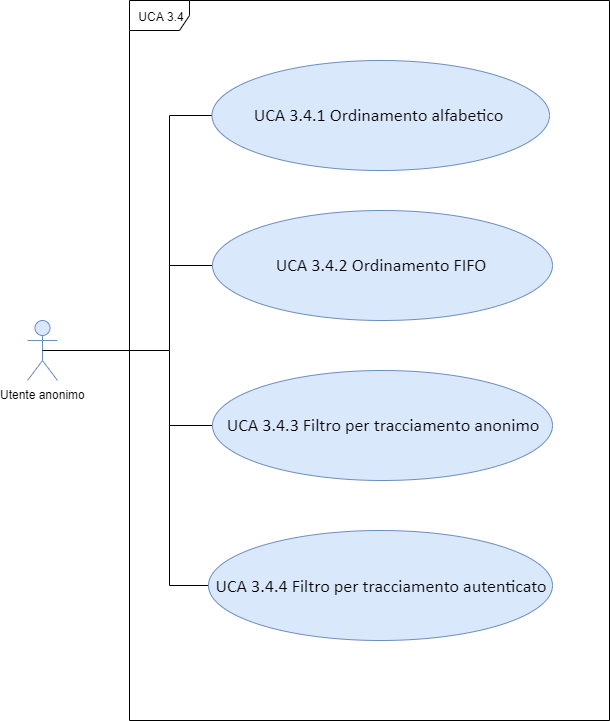
qb-team/Stalker-Documentazione keeps this draw.io diagram as DocumentazioneEsterna/AnalisiRequisiti/sezioni/UseCase/Immagini/UCA3.4.png. Above is the earlier version. Source tidied: cells renumbered, new cells last; positions are measured from the earlier drawing's top-left corner, leaving out a move shared by most shapes.
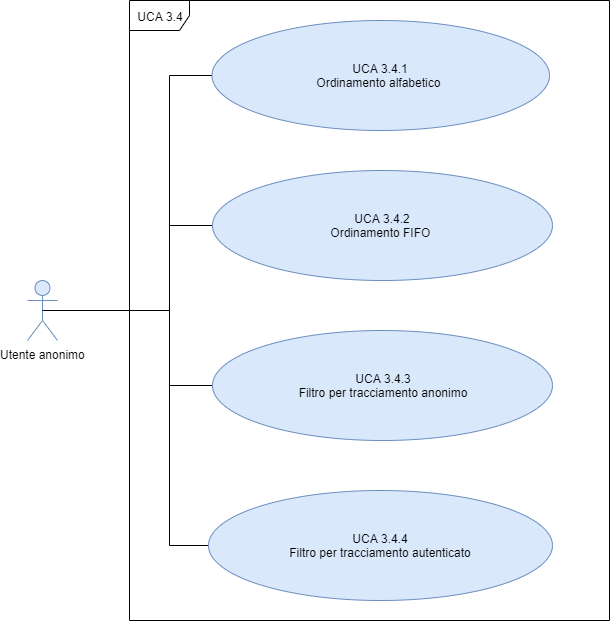
After the change.

What changed in the source:
```diff
@@ -2,13 +2,13 @@
   <root>
     <mxCell id="0" />
     <mxCell id="1" parent="0" />
-    <mxCell id="2" value="UCA 3.4" style="shape=umlFrame;whiteSpace=wrap;html=1;" parent="1" vertex="1">
-      <mxGeometry x="102" width="480" height="720" as="geometry" />
+    <mxCell id="2" value="UCA 3.4" style="shape=umlFrame;whiteSpace=wrap;html=1;fontFamily=Helvetica;fontSize=12;" parent="1" vertex="1">
+      <mxGeometry x="102" y="40" width="480" height="620" as="geometry" />
     </mxCell>
-    <mxCell id="3" value="Utente anonimo" style="shape=umlActor;verticalLabelPosition=bottom;labelBackgroundColor=#ffffff;verticalAlign=top;html=1;outlineConnect=0;fillColor=#dae8fc;strokeColor=#6c8ebf;" parent="1" vertex="1">
+    <mxCell id="3" value="Utente anonimo" style="shape=umlActor;verticalLabelPosition=bottom;labelBackgroundColor=#ffffff;verticalAlign=top;html=1;outlineConnect=0;fillColor=#dae8fc;strokeColor=#6c8ebf;fontFamily=Helvetica;fontSize=12;" parent="1" vertex="1">
       <mxGeometry y="320" width="30" height="60" as="geometry" />
     </mxCell>
-    <mxCell id="4" style="edgeStyle=orthogonalEdgeStyle;rounded=0;jettySize=auto;html=1;exitX=0;exitY=0.5;exitDx=0;exitDy=0;entryX=0.5;entryY=0.5;entryDx=0;entryDy=0;entryPerimeter=0;endArrow=none;endFill=0;" parent="1" edge="1" source="5" target="3">
+    <mxCell id="4" style="edgeStyle=orthogonalEdgeStyle;rounded=0;jettySize=auto;html=1;exitX=0;exitY=0.5;exitDx=0;exitDy=0;entryX=0.5;entryY=0.5;entryDx=0;entryDy=0;entryPerimeter=0;endArrow=none;endFill=0;fontFamily=Helvetica;fontSize=12;" parent="1" edge="1" source="5" target="3">
       <mxGeometry relative="1" as="geometry">
         <Array as="points">
           <mxPoint x="142" y="115" />
@@ -16,31 +16,31 @@
         </Array>
       </mxGeometry>
     </mxCell>
-    <mxCell id="5" value="&lt;span style=&quot;font-family: &amp;#34;calibri&amp;#34; , sans-serif ; font-size: 18px ; white-space: normal&quot;&gt;UCA 3.4.1 Ordinamento alfabetico&amp;nbsp;&lt;/span&gt;" style="ellipse;whiteSpace=wrap;html=1;fillColor=#dae8fc;strokeColor=#6c8ebf;" parent="1" vertex="1">
+    <mxCell id="5" value="&lt;span style=&quot;font-size: 12px ; white-space: normal&quot;&gt;UCA 3.4.1&lt;br&gt;Ordinamento alfabetico&amp;nbsp;&lt;/span&gt;" style="ellipse;whiteSpace=wrap;html=1;fillColor=#dae8fc;strokeColor=#6c8ebf;fontFamily=Helvetica;fontSize=12;" parent="1" vertex="1">
       <mxGeometry x="184.5" y="60" width="337.5" height="110" as="geometry" />
     </mxCell>
-    <mxCell id="6" style="edgeStyle=orthogonalEdgeStyle;rounded=0;jettySize=auto;html=1;exitX=0;exitY=0.5;exitDx=0;exitDy=0;endArrow=none;endFill=0;" parent="1" edge="1" source="7">
+    <mxCell id="6" style="edgeStyle=orthogonalEdgeStyle;rounded=0;jettySize=auto;html=1;exitX=0;exitY=0.5;exitDx=0;exitDy=0;endArrow=none;endFill=0;fontFamily=Helvetica;fontSize=12;" parent="1" edge="1" source="7">
       <mxGeometry relative="1" as="geometry">
         <mxPoint x="142" y="265" as="targetPoint" />
       </mxGeometry>
     </mxCell>
-    <mxCell id="7" value="&lt;span style=&quot;line-height: 107% ; font-family: &amp;#34;calibri&amp;#34; , sans-serif&quot;&gt;&lt;font style=&quot;font-size: 18px&quot;&gt;UCA 3.4.2 Ordinamento FIFO&amp;nbsp;&lt;/font&gt;&lt;/span&gt;" style="ellipse;whiteSpace=wrap;html=1;fillColor=#dae8fc;strokeColor=#6c8ebf;" parent="1" vertex="1">
+    <mxCell id="7" value="&lt;span style=&quot;line-height: 107% ; font-size: 12px&quot;&gt;&lt;font style=&quot;font-size: 12px&quot;&gt;UCA 3.4.2&lt;br&gt;Ordinamento FIFO&amp;nbsp;&lt;/font&gt;&lt;/span&gt;" style="ellipse;whiteSpace=wrap;html=1;fillColor=#dae8fc;strokeColor=#6c8ebf;fontFamily=Helvetica;fontSize=12;" parent="1" vertex="1">
       <mxGeometry x="185" y="210" width="340" height="110" as="geometry" />
     </mxCell>
-    <mxCell id="8" style="edgeStyle=orthogonalEdgeStyle;rounded=0;jettySize=auto;html=1;exitX=0;exitY=0.5;exitDx=0;exitDy=0;endArrow=none;endFill=0;" parent="1" edge="1" source="9">
+    <mxCell id="8" style="edgeStyle=orthogonalEdgeStyle;rounded=0;jettySize=auto;html=1;exitX=0;exitY=0.5;exitDx=0;exitDy=0;endArrow=none;endFill=0;fontFamily=Helvetica;fontSize=12;" parent="1" edge="1" source="9">
       <mxGeometry relative="1" as="geometry">
         <mxPoint x="142" y="420" as="targetPoint" />
       </mxGeometry>
     </mxCell>
-    <mxCell id="9" value="&lt;span style=&quot;line-height: 107% ; font-family: &amp;#34;calibri&amp;#34; , sans-serif&quot;&gt;&lt;font style=&quot;font-size: 18px&quot;&gt;UCA 3.4.4&amp;nbsp;&lt;span style=&quot;line-height: 107% ; font-family: &amp;#34;calibri&amp;#34; , sans-serif&quot;&gt;Filtro per tracciamento autenticato&lt;/span&gt;&lt;/font&gt;&lt;br&gt;&lt;/span&gt;" style="ellipse;whiteSpace=wrap;html=1;fillColor=#dae8fc;strokeColor=#6c8ebf;" parent="1" vertex="1">
+    <mxCell id="9" value="&lt;span style=&quot;line-height: 107% ; font-size: 12px&quot;&gt;&lt;font style=&quot;font-size: 12px&quot;&gt;UCA 3.4.4&lt;br&gt;&lt;span style=&quot;line-height: 107% ; font-size: 12px&quot;&gt;Filtro per tracciamento autenticato&lt;/span&gt;&lt;/font&gt;&lt;br style=&quot;font-size: 12px&quot;&gt;&lt;/span&gt;" style="ellipse;whiteSpace=wrap;html=1;fillColor=#dae8fc;strokeColor=#6c8ebf;fontFamily=Helvetica;fontSize=12;" parent="1" vertex="1">
       <mxGeometry x="181" y="530" width="344" height="110" as="geometry" />
     </mxCell>
-    <mxCell id="10" style="edgeStyle=orthogonalEdgeStyle;rounded=0;jettySize=auto;html=1;exitX=0;exitY=0.5;exitDx=0;exitDy=0;endArrow=none;endFill=0;" parent="1" edge="1" source="11">
+    <mxCell id="10" style="edgeStyle=orthogonalEdgeStyle;rounded=0;jettySize=auto;html=1;exitX=0;exitY=0.5;exitDx=0;exitDy=0;endArrow=none;endFill=0;fontFamily=Helvetica;fontSize=12;" parent="1" edge="1" source="11">
       <mxGeometry relative="1" as="geometry">
         <mxPoint x="142" y="350" as="targetPoint" />
       </mxGeometry>
     </mxCell>
-    <mxCell id="11" value="&lt;span style=&quot;line-height: 107% ; font-family: &amp;#34;calibri&amp;#34; , sans-serif&quot;&gt;&lt;font style=&quot;font-size: 18px&quot;&gt;UCA 3.4.3 Filtro per tracciamento anonimo&lt;/font&gt;&lt;/span&gt;" style="ellipse;whiteSpace=wrap;html=1;fillColor=#dae8fc;strokeColor=#6c8ebf;" parent="1" vertex="1">
+    <mxCell id="11" value="&lt;span style=&quot;line-height: 107% ; font-size: 12px&quot;&gt;&lt;font style=&quot;font-size: 12px&quot;&gt;UCA 3.4.3&lt;br&gt;Filtro per tracciamento anonimo&lt;/font&gt;&lt;/span&gt;" style="ellipse;whiteSpace=wrap;html=1;fillColor=#dae8fc;strokeColor=#6c8ebf;fontFamily=Helvetica;fontSize=12;" parent="1" vertex="1">
       <mxGeometry x="185" y="370" width="340" height="110" as="geometry" />
     </mxCell>
   </root>
```
